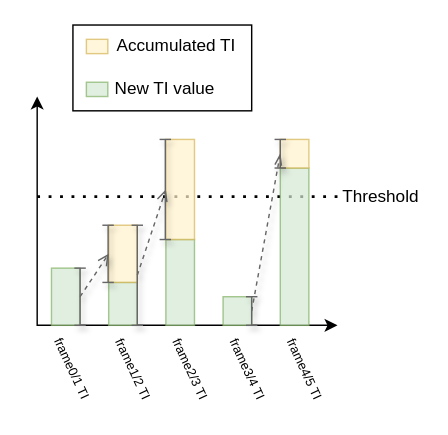
Earlier version of the draw.io diagram page "algo1_illustration" (2 of 4) of state_machine.drawio (McQueen24/34241_final-project). Source tidied: cells renumbered, new cells numbered last; positions are measured from the earlier drawing's top-left corner, leaving out a move shared by most shapes. Both pictures are drawn from the tidied source at 143%, with x=0, y=0 at pixel (33, 24).
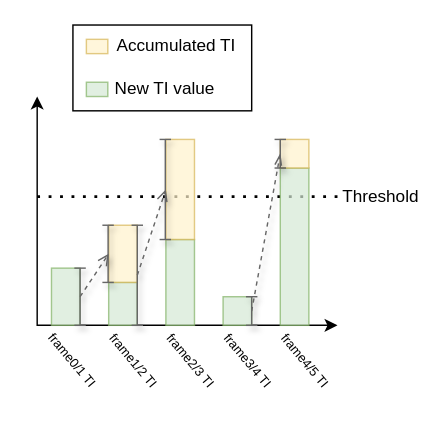
The same diagram, later.

What changed in the source:
```diff
@@
-    <mxCell id="27" value="&lt;font style=&quot;font-size: 9px;&quot;&gt;frame0/1 TI&lt;/font&gt;" style="text;html=1;align=center;verticalAlign=middle;whiteSpace=wrap;rounded=0;direction=east;rotation=65;" parent="1" vertex="1">
-      <mxGeometry y="230" width="55.6" height="20" as="geometry" />
+    <mxCell id="27" value="&lt;font style=&quot;font-size: 9px;&quot;&gt;frame0/1 TI&lt;/font&gt;" style="text;html=1;align=center;verticalAlign=middle;whiteSpace=wrap;rounded=0;direction=east;rotation=50;" parent="1" vertex="1">
+      <mxGeometry y="224" width="55.6" height="20" as="geometry" />
     </mxCell>
-    <mxCell id="28" value="&lt;font style=&quot;font-size: 9px;&quot;&gt;frame1/2 TI&lt;/font&gt;" style="text;html=1;align=center;verticalAlign=middle;whiteSpace=wrap;rounded=0;direction=east;rotation=65;" parent="1" vertex="1">
-      <mxGeometry x="42.5" y="230" width="55.6" height="20" as="geometry" />
+    <mxCell id="28" value="&lt;font style=&quot;font-size: 9px;&quot;&gt;frame1/2 TI&lt;/font&gt;" style="text;html=1;align=center;verticalAlign=middle;whiteSpace=wrap;rounded=0;direction=east;rotation=50;" parent="1" vertex="1">
+      <mxGeometry x="42.5" y="224" width="55.6" height="20" as="geometry" />
     </mxCell>
-    <mxCell id="29" value="&lt;font style=&quot;font-size: 9px;&quot;&gt;frame2/3 TI&lt;/font&gt;" style="text;html=1;align=center;verticalAlign=middle;whiteSpace=wrap;rounded=0;direction=east;rotation=65;" parent="1" vertex="1">
-      <mxGeometry x="82.5" y="230" width="55.6" height="20" as="geometry" />
+    <mxCell id="29" value="&lt;font style=&quot;font-size: 9px;&quot;&gt;frame2/3 TI&lt;/font&gt;" style="text;html=1;align=center;verticalAlign=middle;whiteSpace=wrap;rounded=0;direction=east;rotation=50;" parent="1" vertex="1">
+      <mxGeometry x="82.5" y="224" width="55.6" height="20" as="geometry" />
     </mxCell>
-    <mxCell id="30" value="&lt;font style=&quot;font-size: 9px;&quot;&gt;frame3/4 TI&lt;/font&gt;" style="text;html=1;align=center;verticalAlign=middle;whiteSpace=wrap;rounded=0;direction=east;rotation=65;" parent="1" vertex="1">
-      <mxGeometry x="122.5" y="230" width="55.6" height="20" as="geometry" />
+    <mxCell id="30" value="&lt;font style=&quot;font-size: 9px;&quot;&gt;frame3/4 TI&lt;/font&gt;" style="text;html=1;align=center;verticalAlign=middle;whiteSpace=wrap;rounded=0;direction=east;rotation=50;" parent="1" vertex="1">
+      <mxGeometry x="122.5" y="224" width="55.6" height="20" as="geometry" />
     </mxCell>
-    <mxCell id="31" value="&lt;font style=&quot;font-size: 9px;&quot;&gt;frame4/5 TI&lt;/font&gt;" style="text;html=1;align=center;verticalAlign=middle;whiteSpace=wrap;rounded=0;direction=east;rotation=65;" parent="1" vertex="1">
-      <mxGeometry x="162.5" y="230" width="55.6" height="20" as="geometry" />
+    <mxCell id="31" value="&lt;font style=&quot;font-size: 9px;&quot;&gt;frame4/5 TI&lt;/font&gt;" style="text;html=1;align=center;verticalAlign=middle;whiteSpace=wrap;rounded=0;direction=east;rotation=50;" parent="1" vertex="1">
+      <mxGeometry x="162.5" y="224" width="55.6" height="20" as="geometry" />
     </mxCell>
```
